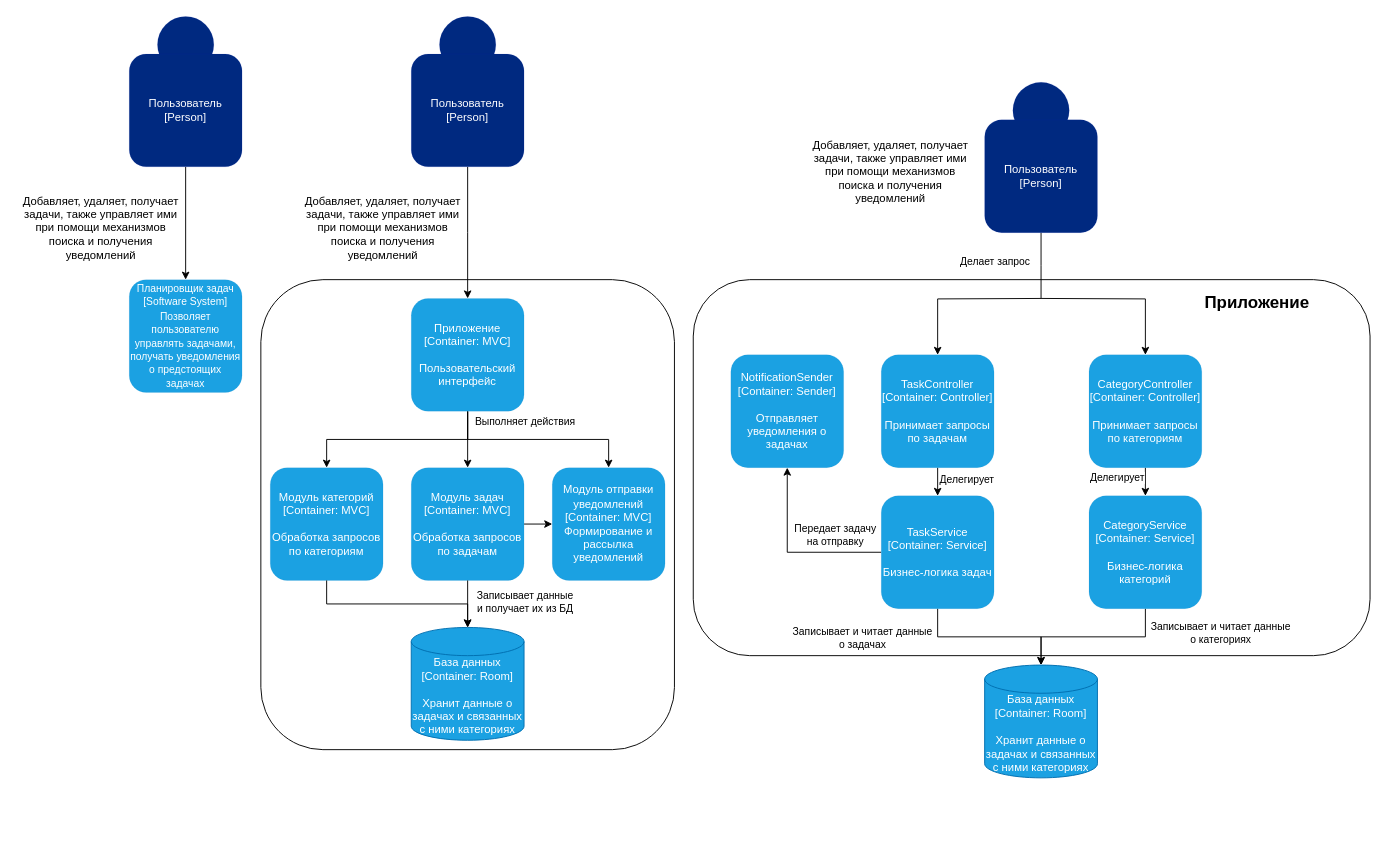
BaronVice/schemas keeps this draw.io diagram as Architecture.drawio. Above is the earlier version. Source tidied: cells renumbered, new cells numbered last; positions are measured from the earlier drawing's top-left corner, leaving out a move shared by most shapes. Both pictures are drawn from the tidied source at 94%, with x=0, y=0 at pixel (16, 16).
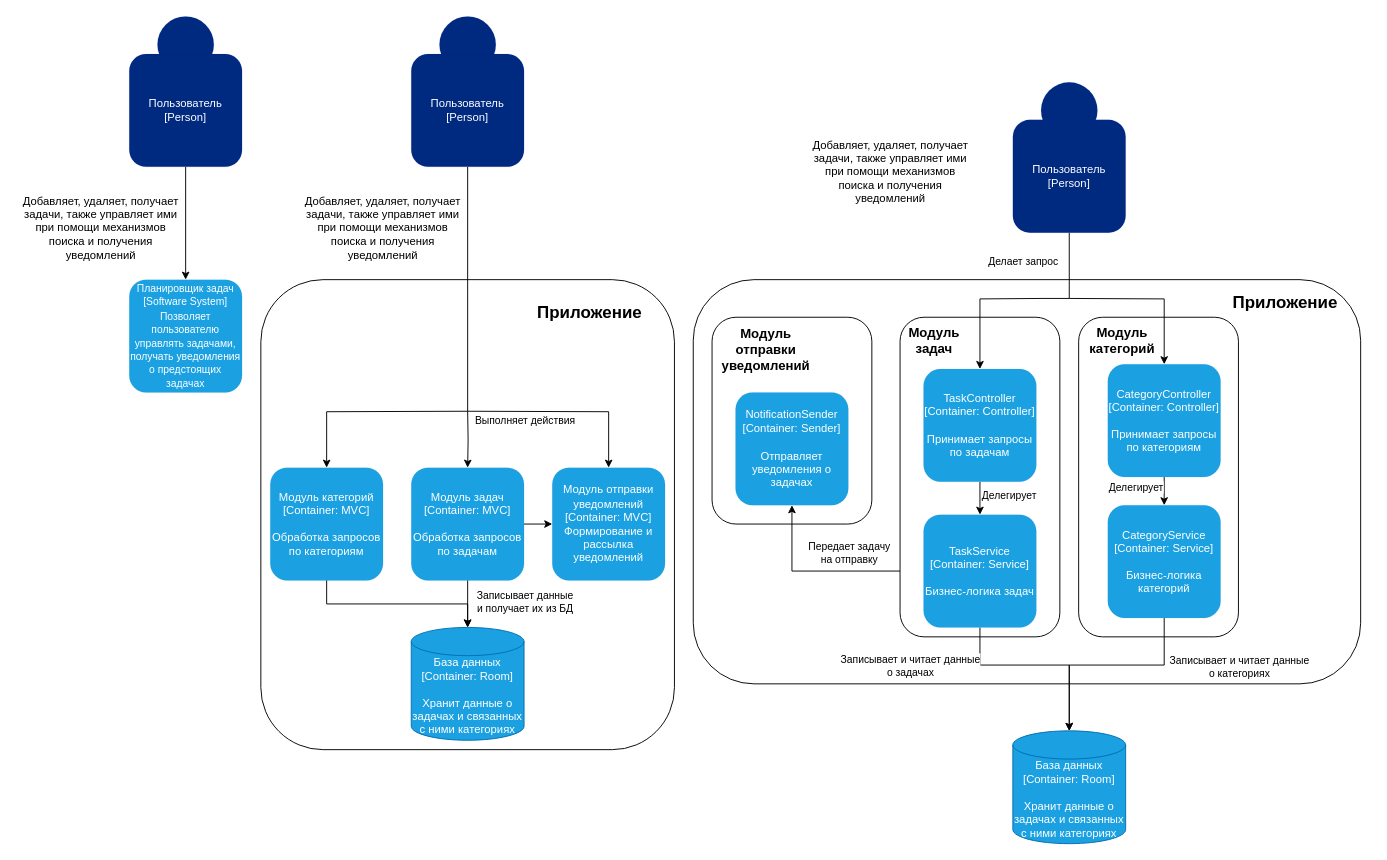
The same diagram, later.

The change refers to these unchanged cells:
```xml
<mxCell id="11" value="&lt;div&gt;Пользователь&lt;/div&gt;&lt;div&gt;[Person]&lt;/div&gt;" style="rounded=1;whiteSpace=wrap;html=1;fillColor=light-dark(#002980,#6DB2FF);fontColor=#ffffff;strokeColor=#001DBC;strokeWidth=0;" parent="1" vertex="1">
  <mxGeometry x="420" y="40" width="120" height="120" as="geometry" />
</mxCell>
<mxCell id="44" value="&lt;div&gt;Модуль задач&lt;/div&gt;&lt;div&gt;[Container: MVC]&lt;/div&gt;&lt;div&gt;&lt;br&gt;&lt;/div&gt;&lt;div&gt;Обработка запросов по задачам&lt;/div&gt;" style="rounded=1;whiteSpace=wrap;html=1;fillColor=#1ba1e2;fontColor=#ffffff;strokeColor=#006EAF;strokeWidth=0;" parent="1" vertex="1">
  <mxGeometry x="420" y="480" width="120" height="120" as="geometry" />
</mxCell>
<mxCell id="47" value="&lt;div&gt;&lt;div&gt;Модуль категорий&lt;/div&gt;&lt;div&gt;[Container: MVC]&lt;/div&gt;&lt;div&gt;&lt;br&gt;&lt;/div&gt;&lt;div&gt;Обработка запросов по категориям&lt;/div&gt;&lt;/div&gt;" style="rounded=1;whiteSpace=wrap;html=1;fillColor=#1ba1e2;fontColor=#ffffff;strokeColor=#006EAF;strokeWidth=0;" parent="1" vertex="1">
  <mxGeometry x="270" y="480" width="120" height="120" as="geometry" />
</mxCell>
<mxCell id="48" value="&lt;div&gt;Модуль отправки уведомлений&lt;/div&gt;&lt;div&gt;[Container: MVC]&lt;/div&gt;&lt;div&gt;Формирование и рассылка уведомлений&lt;/div&gt;" style="rounded=1;whiteSpace=wrap;html=1;fillColor=#1ba1e2;fontColor=#ffffff;strokeColor=#006EAF;strokeWidth=0;" parent="1" vertex="1">
  <mxGeometry x="570" y="480" width="120" height="120" as="geometry" />
</mxCell>
```

Diff of the diagram source:
```diff
@@
-    <mxCell id="10" style="edgeStyle=orthogonalEdgeStyle;rounded=0;jettySize=auto;html=1;exitX=0.5;exitY=1;exitDx=0;exitDy=0;entryX=0.5;entryY=0;entryDx=0;entryDy=0;" parent="1" edge="1" source="11">
+    <mxCell id="10" style="edgeStyle=orthogonalEdgeStyle;rounded=0;jettySize=auto;html=1;exitX=0.5;exitY=1;exitDx=0;exitDy=0;endArrow=none;startFill=0;" parent="1" edge="1" source="11">
       <mxGeometry relative="1" as="geometry">
-        <mxPoint x="480" y="300" as="targetPoint" />
+        <mxPoint x="480" y="420" as="targetPoint" />
       </mxGeometry>
     </mxCell>
@@
-    <mxCell id="12" style="edgeStyle=orthogonalEdgeStyle;rounded=0;jettySize=auto;html=1;exitX=0.5;exitY=1;exitDx=0;exitDy=0;entryX=0.5;entryY=0;entryDx=0;entryDy=0;" parent="1" edge="1" source="16" target="44">
-      <mxGeometry relative="1" as="geometry" />
+    <mxCell id="12" style="edgeStyle=orthogonalEdgeStyle;rounded=0;jettySize=auto;html=1;exitX=0.5;exitY=1;exitDx=0;exitDy=0;entryX=0.5;entryY=0;entryDx=0;entryDy=0;" parent="1" edge="1" target="44">
+      <mxGeometry relative="1" as="geometry">
+        <mxPoint x="480" y="420" as="sourcePoint" />
+      </mxGeometry>
     </mxCell>
@@
-    <mxCell id="14" style="edgeStyle=orthogonalEdgeStyle;rounded=0;jettySize=auto;html=1;exitX=0.5;exitY=1;exitDx=0;exitDy=0;entryX=0.5;entryY=0;entryDx=0;entryDy=0;" parent="1" edge="1" source="16" target="47">
-      <mxGeometry relative="1" as="geometry" />
+    <mxCell id="14" style="edgeStyle=orthogonalEdgeStyle;rounded=0;jettySize=auto;html=1;exitX=0.5;exitY=1;exitDx=0;exitDy=0;entryX=0.5;entryY=0;entryDx=0;entryDy=0;" parent="1" edge="1" target="47">
+      <mxGeometry relative="1" as="geometry">
+        <mxPoint x="480" y="420" as="sourcePoint" />
+      </mxGeometry>
     </mxCell>
-    <mxCell id="15" style="edgeStyle=orthogonalEdgeStyle;rounded=0;jettySize=auto;html=1;exitX=0.5;exitY=1;exitDx=0;exitDy=0;entryX=0.5;entryY=0;entryDx=0;entryDy=0;" parent="1" edge="1" source="16" target="48">
-      <mxGeometry relative="1" as="geometry" />
+    <mxCell id="15" style="edgeStyle=orthogonalEdgeStyle;rounded=0;jettySize=auto;html=1;exitX=0.5;exitY=1;exitDx=0;exitDy=0;entryX=0.5;entryY=0;entryDx=0;entryDy=0;" parent="1" edge="1" target="48">
+      <mxGeometry relative="1" as="geometry">
+        <mxPoint x="480" y="420" as="sourcePoint" />
+      </mxGeometry>
     </mxCell>
-    <mxCell id="16" value="&lt;div&gt;Приложение&lt;/div&gt;&lt;div&gt;[Container: MVC]&lt;/div&gt;&lt;div&gt;&lt;br&gt;&lt;/div&gt;&lt;div&gt;Пользовательский интерфейс&lt;/div&gt;" style="rounded=1;whiteSpace=wrap;html=1;fillColor=#1ba1e2;fontColor=#ffffff;strokeColor=#006EAF;strokeWidth=0;" parent="1" vertex="1">
-      <mxGeometry x="420" y="300" width="120" height="120" as="geometry" />
-    </mxCell>
     <mxCell id="17" style="ellipse;whiteSpace=wrap;html=1;fillColor=light-dark(#002980,#6DB2FF);fontColor=#ffffff;strokeColor=#001DBC;strokeWidth=0;" parent="1" vertex="1">
-      <mxGeometry x="1060" y="70" width="60" height="60" as="geometry" />
+      <mxGeometry x="1090" y="70" width="60" height="60" as="geometry" />
     </mxCell>
@@
     <mxCell id="19" style="rounded=1;whiteSpace=wrap;html=1;" parent="1" vertex="1">
-      <mxGeometry x="720" y="280" width="720" height="400" as="geometry" />
+      <mxGeometry x="720" y="280" width="710" height="430" as="geometry" />
     </mxCell>
-    <mxCell id="20" style="edgeStyle=orthogonalEdgeStyle;rounded=0;jettySize=auto;html=1;exitX=0.5;exitY=1;exitDx=0;exitDy=0;entryX=0.5;entryY=0;entryDx=0;entryDy=0;entryPerimeter=0;" parent="1" edge="1" source="24" target="41">
-      <mxGeometry relative="1" as="geometry" />
-    </mxCell>
-    <mxCell id="21" value="&lt;div&gt;Записывает и читает данные&lt;/div&gt;&lt;div&gt;о задачах&lt;/div&gt;" style="edgeLabel;html=1;align=center;verticalAlign=middle;" parent="20" vertex="1">
-      <mxGeometry x="-0.06" y="2" relative="1" as="geometry">
-        <mxPoint x="-131" y="2" as="offset" />
-      </mxGeometry>
-    </mxCell>
-    <mxCell id="22" style="edgeStyle=orthogonalEdgeStyle;rounded=0;jettySize=auto;html=1;exitX=0;exitY=0.5;exitDx=0;exitDy=0;entryX=0.5;entryY=1;entryDx=0;entryDy=0;" parent="1" edge="1" source="24" target="39">
-      <mxGeometry relative="1" as="geometry" />
-    </mxCell>
-    <mxCell id="23" value="&lt;div&gt;Передает задачу&lt;/div&gt;&lt;div&gt;на отправку&lt;/div&gt;" style="edgeLabel;html=1;align=center;verticalAlign=middle;" parent="22" vertex="1">
-      <mxGeometry x="0.18" y="-3" relative="1" as="geometry">
-        <mxPoint x="47" y="-7" as="offset" />
-      </mxGeometry>
-    </mxCell>
-    <mxCell id="24" value="&lt;div&gt;TaskService&lt;/div&gt;&lt;div&gt;[Container: Service]&lt;/div&gt;&lt;div&gt;&lt;br&gt;&lt;/div&gt;&lt;div&gt;Бизнес-логика задач&lt;/div&gt;" style="rounded=1;whiteSpace=wrap;html=1;fillColor=#1ba1e2;fontColor=#ffffff;strokeColor=#006EAF;strokeWidth=0;" parent="1" vertex="1">
-      <mxGeometry x="920" y="510" width="120" height="120" as="geometry" />
-    </mxCell>
     <mxCell id="25" style="edgeStyle=orthogonalEdgeStyle;rounded=0;jettySize=auto;html=1;exitX=0.5;exitY=1;exitDx=0;exitDy=0;entryX=0.5;entryY=0;entryDx=0;entryDy=0;endArrow=none;startFill=0;" parent="1" edge="1" source="26">
       <mxGeometry relative="1" as="geometry">
         <mxPoint x="1090" y="300" as="targetPoint" />
+        <Array as="points">
+          <mxPoint x="1120" y="300" />
+        </Array>
       </mxGeometry>
     </mxCell>
     <mxCell id="26" value="&lt;div&gt;Пользователь&lt;/div&gt;&lt;div&gt;[Person]&lt;/div&gt;" style="rounded=1;whiteSpace=wrap;html=1;fillColor=light-dark(#002980,#6DB2FF);fontColor=#ffffff;strokeColor=#001DBC;strokeWidth=0;" parent="1" vertex="1">
-      <mxGeometry x="1030" y="110" width="120" height="120" as="geometry" />
+      <mxGeometry x="1060" y="110" width="120" height="120" as="geometry" />
     </mxCell>
-    <mxCell id="27" style="edgeStyle=orthogonalEdgeStyle;rounded=0;jettySize=auto;html=1;exitX=0.5;exitY=1;exitDx=0;exitDy=0;entryX=0.5;entryY=0;entryDx=0;entryDy=0;" parent="1" edge="1" target="35">
-      <mxGeometry relative="1" as="geometry">
-        <mxPoint x="1090" y="300" as="sourcePoint" />
-      </mxGeometry>
-    </mxCell>
-    <mxCell id="28" style="edgeStyle=orthogonalEdgeStyle;rounded=0;jettySize=auto;html=1;exitX=0.5;exitY=1;exitDx=0;exitDy=0;entryX=0.5;entryY=0;entryDx=0;entryDy=0;" parent="1" edge="1" target="38">
-      <mxGeometry relative="1" as="geometry">
-        <mxPoint x="1090" y="300" as="sourcePoint" />
-      </mxGeometry>
-    </mxCell>
-    <mxCell id="29" value="Делает запрос" style="edgeLabel;html=1;align=center;verticalAlign=middle;" parent="28" vertex="1">
-      <mxGeometry x="-0.86" y="3" relative="1" as="geometry">
-        <mxPoint x="-62" y="-37" as="offset" />
-      </mxGeometry>
-    </mxCell>
-    <mxCell id="30" style="edgeStyle=orthogonalEdgeStyle;rounded=0;jettySize=auto;html=1;exitX=0.5;exitY=1;exitDx=0;exitDy=0;entryX=0.5;entryY=0;entryDx=0;entryDy=0;entryPerimeter=0;" parent="1" edge="1" source="32" target="41">
-      <mxGeometry relative="1" as="geometry" />
-    </mxCell>
-    <mxCell id="31" value="Записывает и читает данные&lt;br&gt;о категориях" style="edgeLabel;html=1;align=center;verticalAlign=middle;" parent="30" vertex="1">
-      <mxGeometry x="-0.72" y="-1" relative="1" as="geometry">
-        <mxPoint x="80" y="1" as="offset" />
-      </mxGeometry>
-    </mxCell>
-    <mxCell id="32" value="&lt;div&gt;CategoryService&lt;/div&gt;&lt;div&gt;[Container: Service]&lt;/div&gt;&lt;div&gt;&lt;br&gt;&lt;/div&gt;&lt;div&gt;Бизнес-логика категорий&lt;/div&gt;" style="rounded=1;whiteSpace=wrap;html=1;fillColor=#1ba1e2;fontColor=#ffffff;strokeColor=#006EAF;strokeWidth=0;" parent="1" vertex="1">
-      <mxGeometry x="1141" y="510" width="120" height="120" as="geometry" />
-    </mxCell>
-    <mxCell id="33" style="edgeStyle=orthogonalEdgeStyle;rounded=0;jettySize=auto;html=1;exitX=0.5;exitY=1;exitDx=0;exitDy=0;entryX=0.5;entryY=0;entryDx=0;entryDy=0;" parent="1" edge="1" source="35" target="24">
-      <mxGeometry relative="1" as="geometry" />
-    </mxCell>
-    <mxCell id="34" value="Делегирует" style="edgeLabel;html=1;align=center;verticalAlign=middle;" parent="33" vertex="1">
-      <mxGeometry x="-0.22" y="6" relative="1" as="geometry">
-        <mxPoint x="24" as="offset" />
-      </mxGeometry>
-    </mxCell>
-    <mxCell id="35" value="&lt;div&gt;TaskController&lt;/div&gt;&lt;div&gt;[Container: Controller]&lt;/div&gt;&lt;div&gt;&lt;br&gt;&lt;/div&gt;&lt;div&gt;Принимает запросы по задачам&lt;/div&gt;" style="rounded=1;whiteSpace=wrap;html=1;fillColor=#1ba1e2;fontColor=#ffffff;strokeColor=#006EAF;strokeWidth=0;" parent="1" vertex="1">
-      <mxGeometry x="920" y="360" width="120" height="120" as="geometry" />
-    </mxCell>
-    <mxCell id="36" style="edgeStyle=orthogonalEdgeStyle;rounded=0;jettySize=auto;html=1;exitX=0.5;exitY=1;exitDx=0;exitDy=0;entryX=0.5;entryY=0;entryDx=0;entryDy=0;" parent="1" edge="1" source="38" target="32">
-      <mxGeometry relative="1" as="geometry" />
-    </mxCell>
-    <mxCell id="37" value="Делегирует" style="edgeLabel;html=1;align=center;verticalAlign=middle;" parent="36" vertex="1">
-      <mxGeometry x="0.02" y="7" relative="1" as="geometry">
-        <mxPoint x="-38" y="-5" as="offset" />
-      </mxGeometry>
-    </mxCell>
-    <mxCell id="38" value="&lt;div&gt;CategoryController&lt;/div&gt;&lt;div&gt;[Container: Controller]&lt;/div&gt;&lt;div&gt;&lt;br&gt;&lt;/div&gt;&lt;div&gt;Принимает запросы по категориям&lt;/div&gt;" style="rounded=1;whiteSpace=wrap;html=1;fillColor=#1ba1e2;fontColor=#ffffff;strokeColor=#006EAF;strokeWidth=0;" parent="1" vertex="1">
-      <mxGeometry x="1141" y="360" width="120" height="120" as="geometry" />
-    </mxCell>
-    <mxCell id="39" value="&lt;div&gt;NotificationSender&lt;/div&gt;&lt;div&gt;[Container: Sender]&lt;/div&gt;&lt;div&gt;&lt;br&gt;&lt;/div&gt;&lt;div&gt;Отправляет уведомления о задачах&lt;/div&gt;" style="rounded=1;whiteSpace=wrap;html=1;fillColor=#1ba1e2;fontColor=#ffffff;strokeColor=#006EAF;strokeWidth=0;" parent="1" vertex="1">
-      <mxGeometry x="760" y="360" width="120" height="120" as="geometry" />
-    </mxCell>
     <mxCell id="40" value="&lt;font style=&quot;font-size: 18px;&quot;&gt;&lt;b&gt;Приложение&lt;/b&gt;&lt;/font&gt;" style="text;html=1;align=center;verticalAlign=middle;whiteSpace=wrap;rounded=0;" parent="1" vertex="1">
-      <mxGeometry x="1290" y="290" width="60" height="30" as="geometry" />
+      <mxGeometry x="1320" y="290" width="60" height="30" as="geometry" />
     </mxCell>
     <mxCell id="41" value="&lt;div&gt;База данных&lt;/div&gt;&lt;div&gt;[Container: Room]&lt;/div&gt;&lt;div&gt;&lt;br&gt;&lt;/div&gt;&lt;div&gt;Хранит данные о задачах и связанных с ними категориях&lt;/div&gt;" style="shape=cylinder3;whiteSpace=wrap;html=1;boundedLbl=1;backgroundOutline=1;size=15;fillColor=#1ba1e2;strokeColor=#006EAF;fontColor=#ffffff;" parent="1" vertex="1">
-      <mxGeometry x="1030" y="690" width="120" height="120" as="geometry" />
+      <mxGeometry x="1060" y="760" width="120" height="120" as="geometry" />
     </mxCell>
@@
+    <mxCell id="50" value="&lt;font style=&quot;font-size: 18px;&quot;&gt;&lt;b&gt;Приложение&lt;/b&gt;&lt;/font&gt;" style="text;html=1;align=center;verticalAlign=middle;whiteSpace=wrap;rounded=0;" parent="1" vertex="1">
+      <mxGeometry x="580" y="300" width="60" height="30" as="geometry" />
+    </mxCell>
+    <mxCell id="51" style="rounded=1;whiteSpace=wrap;html=1;" parent="1" vertex="1">
+      <mxGeometry x="740" y="320" width="170" height="220" as="geometry" />
+    </mxCell>
+    <mxCell id="39" value="&lt;div&gt;NotificationSender&lt;/div&gt;&lt;div&gt;[Container: Sender]&lt;/div&gt;&lt;div&gt;&lt;br&gt;&lt;/div&gt;&lt;div&gt;Отправляет уведомления о задачах&lt;/div&gt;" style="rounded=1;whiteSpace=wrap;html=1;fillColor=#1ba1e2;fontColor=#ffffff;strokeColor=#006EAF;strokeWidth=0;" parent="1" vertex="1">
+      <mxGeometry x="765" y="400" width="120" height="120" as="geometry" />
+    </mxCell>
+    <mxCell id="22" style="edgeStyle=orthogonalEdgeStyle;rounded=0;jettySize=auto;html=1;exitX=0;exitY=0.5;exitDx=0;exitDy=0;entryX=0.5;entryY=1;entryDx=0;entryDy=0;" parent="1" edge="1" source="24" target="39">
+      <mxGeometry relative="1" as="geometry" />
+    </mxCell>
+    <mxCell id="23" value="&lt;div&gt;Передает задачу&lt;/div&gt;&lt;div&gt;на отправку&lt;/div&gt;" style="edgeLabel;html=1;align=center;verticalAlign=middle;" parent="22" vertex="1">
+      <mxGeometry x="0.18" y="-3" relative="1" as="geometry">
+        <mxPoint x="44" y="-17" as="offset" />
+      </mxGeometry>
+    </mxCell>
+    <mxCell id="52" value="&lt;div align=&quot;center&quot;&gt;&lt;font style=&quot;font-size: 14px;&quot;&gt;&lt;b&gt;Модуль отправки уведомлений&lt;/b&gt;&lt;/font&gt;&lt;/div&gt;" style="text;html=1;align=center;verticalAlign=middle;whiteSpace=wrap;rounded=0;" parent="1" vertex="1">
+      <mxGeometry x="760" y="340" width="75" height="30" as="geometry" />
+    </mxCell>
+    <mxCell id="53" style="rounded=1;whiteSpace=wrap;html=1;" parent="1" vertex="1">
+      <mxGeometry x="940" y="320" width="170" height="340" as="geometry" />
+    </mxCell>
+    <mxCell id="54" value="&lt;div align=&quot;center&quot;&gt;&lt;font style=&quot;font-size: 14px;&quot;&gt;&lt;b&gt;Модуль задач&lt;/b&gt;&lt;/font&gt;&lt;/div&gt;" style="text;html=1;align=center;verticalAlign=middle;whiteSpace=wrap;rounded=0;" parent="1" vertex="1">
+      <mxGeometry x="940" y="330" width="72.5" height="30" as="geometry" />
+    </mxCell>
+    <mxCell id="20" style="edgeStyle=orthogonalEdgeStyle;rounded=0;jettySize=auto;html=1;exitX=0.5;exitY=1;exitDx=0;exitDy=0;entryX=0.5;entryY=0;entryDx=0;entryDy=0;entryPerimeter=0;" parent="1" edge="1" source="24" target="41">
+      <mxGeometry relative="1" as="geometry">
+        <Array as="points">
+          <mxPoint x="1025" y="690" />
+          <mxPoint x="1120" y="690" />
+          <mxPoint x="1120" y="760" />
+        </Array>
+      </mxGeometry>
+    </mxCell>
+    <mxCell id="21" value="&lt;div&gt;Записывает и читает данные&lt;/div&gt;&lt;div&gt;о задачах&lt;/div&gt;" style="edgeLabel;html=1;align=center;verticalAlign=middle;" parent="20" vertex="1">
+      <mxGeometry x="-0.06" y="2" relative="1" as="geometry">
+        <mxPoint x="-131" y="2" as="offset" />
+      </mxGeometry>
+    </mxCell>
+    <mxCell id="24" value="&lt;div&gt;TaskService&lt;/div&gt;&lt;div&gt;[Container: Service]&lt;/div&gt;&lt;div&gt;&lt;br&gt;&lt;/div&gt;&lt;div&gt;Бизнес-логика задач&lt;/div&gt;" style="rounded=1;whiteSpace=wrap;html=1;fillColor=#1ba1e2;fontColor=#ffffff;strokeColor=#006EAF;strokeWidth=0;" parent="1" vertex="1">
+      <mxGeometry x="965" y="530" width="120" height="120" as="geometry" />
+    </mxCell>
+    <mxCell id="55" style="edgeStyle=orthogonalEdgeStyle;rounded=0;jettySize=auto;html=1;entryX=0.5;entryY=0;entryDx=0;entryDy=0;" parent="1" edge="1" target="35">
+      <mxGeometry relative="1" as="geometry">
+        <mxPoint x="1090" y="300" as="sourcePoint" />
+      </mxGeometry>
+    </mxCell>
+    <mxCell id="33" style="edgeStyle=orthogonalEdgeStyle;rounded=0;jettySize=auto;html=1;exitX=0.5;exitY=1;exitDx=0;exitDy=0;entryX=0.5;entryY=0;entryDx=0;entryDy=0;" parent="1" edge="1" source="35" target="24">
+      <mxGeometry relative="1" as="geometry" />
+    </mxCell>
+    <mxCell id="56" value="Делегирует" style="edgeLabel;html=1;align=center;verticalAlign=middle;" parent="33" vertex="1">
+      <mxGeometry x="-0.22" y="6" relative="1" as="geometry">
+        <mxPoint x="24" as="offset" />
+      </mxGeometry>
+    </mxCell>
+    <mxCell id="35" value="&lt;div&gt;TaskController&lt;/div&gt;&lt;div&gt;[Container: Controller]&lt;/div&gt;&lt;div&gt;&lt;br&gt;&lt;/div&gt;&lt;div&gt;Принимает запросы по задачам&lt;/div&gt;" style="rounded=1;whiteSpace=wrap;html=1;fillColor=#1ba1e2;fontColor=#ffffff;strokeColor=#006EAF;strokeWidth=0;" parent="1" vertex="1">
+      <mxGeometry x="965" y="375" width="120" height="120" as="geometry" />
+    </mxCell>
+    <mxCell id="57" style="rounded=1;whiteSpace=wrap;html=1;" parent="1" vertex="1">
+      <mxGeometry x="1130" y="320" width="170" height="340" as="geometry" />
+    </mxCell>
+    <mxCell id="58" value="&lt;div align=&quot;center&quot;&gt;&lt;font style=&quot;font-size: 14px;&quot;&gt;&lt;b&gt;Модуль категорий&lt;/b&gt;&lt;/font&gt;&lt;/div&gt;" style="text;html=1;align=center;verticalAlign=middle;whiteSpace=wrap;rounded=0;" parent="1" vertex="1">
+      <mxGeometry x="1140" y="330" width="72.5" height="30" as="geometry" />
+    </mxCell>
+    <mxCell id="59" style="edgeStyle=orthogonalEdgeStyle;rounded=0;jettySize=auto;html=1;entryX=0.5;entryY=0;entryDx=0;entryDy=0;" parent="1" edge="1" target="38">
+      <mxGeometry relative="1" as="geometry">
+        <mxPoint x="1120" y="300" as="sourcePoint" />
+      </mxGeometry>
+    </mxCell>
+    <mxCell id="29" value="Делает запрос" style="edgeLabel;html=1;align=center;verticalAlign=middle;" parent="59" vertex="1">
+      <mxGeometry x="-0.86" y="3" relative="1" as="geometry">
+        <mxPoint x="-62" y="-37" as="offset" />
+      </mxGeometry>
+    </mxCell>
+    <mxCell id="30" style="edgeStyle=orthogonalEdgeStyle;rounded=0;jettySize=auto;html=1;exitX=0.5;exitY=1;exitDx=0;exitDy=0;entryX=0.5;entryY=0;entryDx=0;entryDy=0;entryPerimeter=0;" parent="1" edge="1" source="32" target="41">
+      <mxGeometry relative="1" as="geometry">
+        <Array as="points">
+          <mxPoint x="1221" y="690" />
+          <mxPoint x="1120" y="690" />
+          <mxPoint x="1120" y="760" />
+        </Array>
+      </mxGeometry>
+    </mxCell>
+    <mxCell id="31" value="Записывает и читает данные&lt;br&gt;о категориях" style="edgeLabel;html=1;align=center;verticalAlign=middle;" parent="30" vertex="1">
+      <mxGeometry x="-0.72" y="-1" relative="1" as="geometry">
+        <mxPoint x="80" y="20" as="offset" />
+      </mxGeometry>
+    </mxCell>
+    <mxCell id="32" value="&lt;div&gt;CategoryService&lt;/div&gt;&lt;div&gt;[Container: Service]&lt;/div&gt;&lt;div&gt;&lt;br&gt;&lt;/div&gt;&lt;div&gt;Бизнес-логика категорий&lt;/div&gt;" style="rounded=1;whiteSpace=wrap;html=1;fillColor=#1ba1e2;fontColor=#ffffff;strokeColor=#006EAF;strokeWidth=0;" parent="1" vertex="1">
+      <mxGeometry x="1161" y="520" width="120" height="120" as="geometry" />
+    </mxCell>
+    <mxCell id="36" style="edgeStyle=orthogonalEdgeStyle;rounded=0;jettySize=auto;html=1;exitX=0.5;exitY=1;exitDx=0;exitDy=0;entryX=0.5;entryY=0;entryDx=0;entryDy=0;" parent="1" edge="1" source="38" target="32">
+      <mxGeometry relative="1" as="geometry" />
+    </mxCell>
+    <mxCell id="60" value="Делегирует" style="edgeLabel;html=1;align=center;verticalAlign=middle;" parent="36" vertex="1">
+      <mxGeometry x="0.02" y="7" relative="1" as="geometry">
+        <mxPoint x="-38" y="-5" as="offset" />
+      </mxGeometry>
+    </mxCell>
+    <mxCell id="38" value="&lt;div&gt;CategoryController&lt;/div&gt;&lt;div&gt;[Container: Controller]&lt;/div&gt;&lt;div&gt;&lt;br&gt;&lt;/div&gt;&lt;div&gt;Принимает запросы по категориям&lt;/div&gt;" style="rounded=1;whiteSpace=wrap;html=1;fillColor=#1ba1e2;fontColor=#ffffff;strokeColor=#006EAF;strokeWidth=0;" parent="1" vertex="1">
+      <mxGeometry x="1161" y="370" width="120" height="120" as="geometry" />
+    </mxCell>
```
